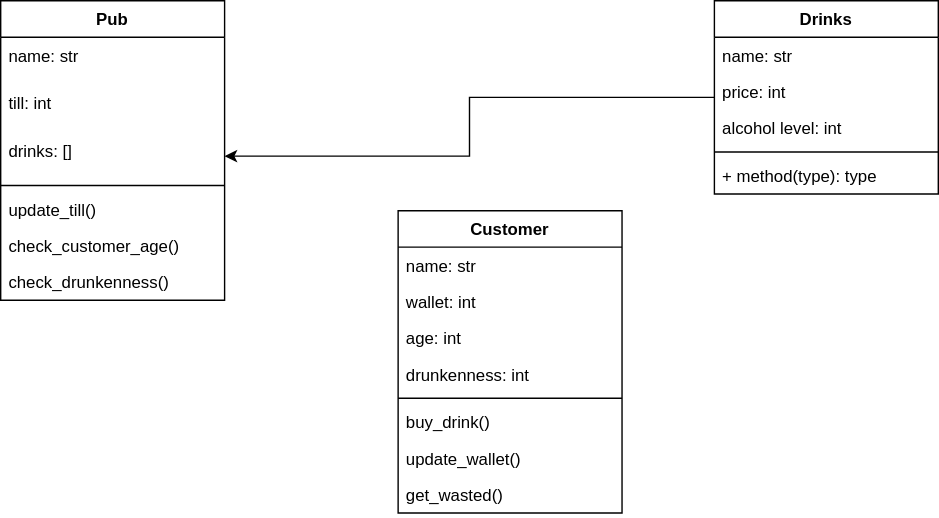
The draw.io diagram Class_diagrams.svg in ecoBela/pub_lab_wk2_day3, before a commit. Source tidied: cells renumbered, new cells last; positions are measured from the earlier drawing's top-left corner, leaving out a move shared by most shapes.
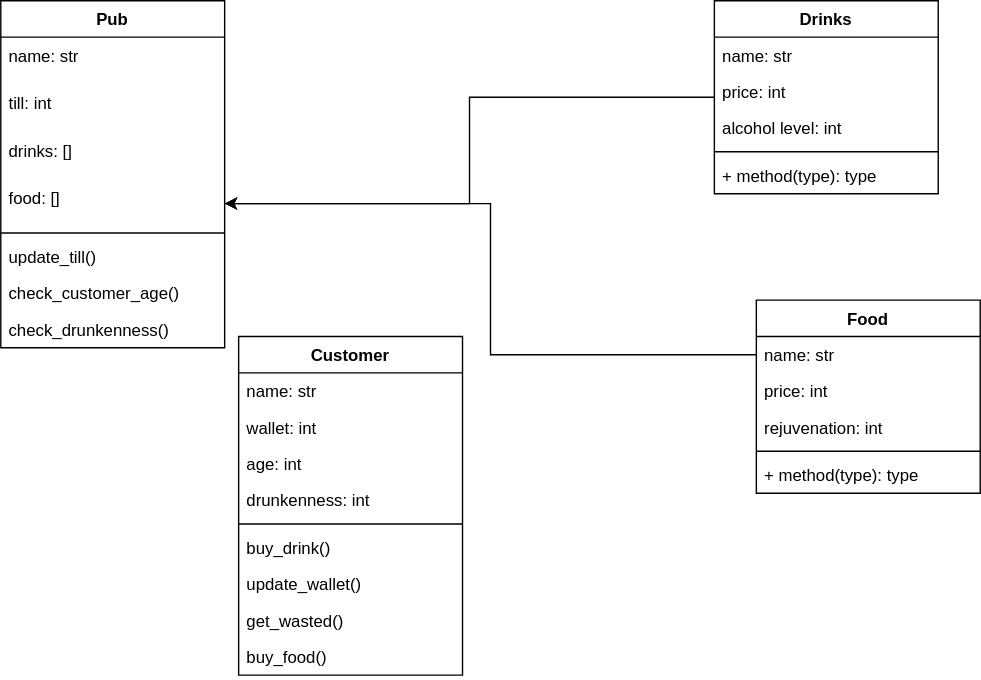
Later version of the same file.

The edit, as a diff of the source:
```diff
@@ -3,7 +3,7 @@
     <mxCell id="0" />
     <mxCell id="1" parent="0" />
     <mxCell id="2" value="Pub" style="swimlane;fontStyle=1;align=center;verticalAlign=top;horizontal=1;startSize=26;" parent="1" vertex="1">
-      <mxGeometry width="160" height="214" as="geometry" />
+      <mxGeometry width="160" height="248" as="geometry" />
     </mxCell>
     <mxCell id="3" value="name: str&#10;" style="text;strokeColor=none;fillColor=none;align=left;verticalAlign=top;spacingLeft=4;spacingRight=4;overflow=hidden;" parent="2" vertex="1">
       <mxGeometry y="26" width="160" height="34" as="geometry" />
@@ -11,20 +11,23 @@
     <mxCell id="4" value="till: int" style="text;strokeColor=none;fillColor=none;align=left;verticalAlign=top;spacingLeft=4;spacingRight=4;overflow=hidden;" parent="2" vertex="1">
       <mxGeometry y="60" width="160" height="34" as="geometry" />
     </mxCell>
+    <mxCell id="26" value="drinks: []" style="text;strokeColor=none;fillColor=none;align=left;verticalAlign=top;spacingLeft=4;spacingRight=4;overflow=hidden;" parent="2" vertex="1">
+      <mxGeometry y="94" width="160" height="34" as="geometry" />
+    </mxCell>
-    <mxCell id="5" value="drinks: []" style="text;strokeColor=none;fillColor=none;align=left;verticalAlign=top;spacingLeft=4;spacingRight=4;overflow=hidden;points=[[0,0.5],[1,0.5]];portConstraint=eastwest;" parent="2" vertex="1">
-      <mxGeometry y="94" width="160" height="34" as="geometry" />
+    <mxCell id="5" value="food: []" style="text;strokeColor=none;fillColor=none;align=left;verticalAlign=top;spacingLeft=4;spacingRight=4;overflow=hidden;points=[[0,0.5],[1,0.5]];portConstraint=eastwest;" parent="2" vertex="1">
+      <mxGeometry y="128" width="160" height="34" as="geometry" />
     </mxCell>
     <mxCell id="6" style="line;strokeWidth=1;fillColor=none;align=left;verticalAlign=middle;spacingTop=-1;spacingLeft=3;spacingRight=3;labelPosition=right;" parent="2" vertex="1">
-      <mxGeometry y="128" width="160" height="8" as="geometry" />
+      <mxGeometry y="162" width="160" height="8" as="geometry" />
     </mxCell>
     <mxCell id="7" value="update_till()" style="text;strokeColor=none;fillColor=none;align=left;verticalAlign=top;spacingLeft=4;spacingRight=4;overflow=hidden;" parent="2" vertex="1">
-      <mxGeometry y="136" width="160" height="26" as="geometry" />
+      <mxGeometry y="170" width="160" height="26" as="geometry" />
     </mxCell>
     <mxCell id="8" value="check_customer_age()" style="text;strokeColor=none;fillColor=none;align=left;verticalAlign=top;spacingLeft=4;spacingRight=4;overflow=hidden;" parent="2" vertex="1">
-      <mxGeometry y="162" width="160" height="26" as="geometry" />
+      <mxGeometry y="196" width="160" height="26" as="geometry" />
     </mxCell>
     <mxCell id="9" value="check_drunkenness()" style="text;strokeColor=none;fillColor=none;align=left;verticalAlign=top;spacingLeft=4;spacingRight=4;overflow=hidden;" parent="2" vertex="1">
-      <mxGeometry y="188" width="160" height="26" as="geometry" />
+      <mxGeometry y="222" width="160" height="26" as="geometry" />
     </mxCell>
     <mxCell id="10" style="edgeStyle=orthogonalEdgeStyle;rounded=0;jettySize=auto;html=1;" parent="1" edge="1" source="11" target="5">
       <mxGeometry relative="1" as="geometry" />
@@ -48,7 +51,7 @@
       <mxGeometry y="112" width="160" height="26" as="geometry" />
     </mxCell>
     <mxCell id="17" value="Customer" style="swimlane;fontStyle=1;align=center;verticalAlign=top;horizontal=1;startSize=26;" parent="1" vertex="1">
-      <mxGeometry x="284" y="150" width="160" height="216" as="geometry" />
+      <mxGeometry x="170" y="240" width="160" height="242" as="geometry" />
     </mxCell>
     <mxCell id="18" value="name: str" style="text;strokeColor=none;fillColor=none;align=left;verticalAlign=top;spacingLeft=4;spacingRight=4;overflow=hidden;" parent="17" vertex="1">
       <mxGeometry y="26" width="160" height="26" as="geometry" />
@@ -74,5 +77,29 @@
     <mxCell id="25" value="get_wasted()" style="text;strokeColor=none;fillColor=none;align=left;verticalAlign=top;spacingLeft=4;spacingRight=4;overflow=hidden;" parent="17" vertex="1">
       <mxGeometry y="190" width="160" height="26" as="geometry" />
     </mxCell>
+    <mxCell id="27" value="buy_food()" style="text;strokeColor=none;fillColor=none;align=left;verticalAlign=top;spacingLeft=4;spacingRight=4;overflow=hidden;" parent="17" vertex="1">
+      <mxGeometry y="216" width="160" height="26" as="geometry" />
+    </mxCell>
+    <mxCell id="28" value="Food" style="swimlane;fontStyle=1;align=center;verticalAlign=top;horizontal=1;startSize=26;" parent="1" vertex="1">
+      <mxGeometry x="540" y="214" width="160" height="138" as="geometry" />
+    </mxCell>
+    <mxCell id="29" value="name: str" style="text;strokeColor=none;fillColor=none;align=left;verticalAlign=top;spacingLeft=4;spacingRight=4;overflow=hidden;points=[[0,0.5],[1,0.5]];portConstraint=eastwest;" parent="28" vertex="1">
+      <mxGeometry y="26" width="160" height="26" as="geometry" />
+    </mxCell>
+    <mxCell id="30" value="price: int" style="text;strokeColor=none;fillColor=none;align=left;verticalAlign=top;spacingLeft=4;spacingRight=4;overflow=hidden;" parent="28" vertex="1">
+      <mxGeometry y="52" width="160" height="26" as="geometry" />
+    </mxCell>
+    <mxCell id="31" value="rejuvenation: int" style="text;strokeColor=none;fillColor=none;align=left;verticalAlign=top;spacingLeft=4;spacingRight=4;overflow=hidden;" parent="28" vertex="1">
+      <mxGeometry y="78" width="160" height="26" as="geometry" />
+    </mxCell>
+    <mxCell id="32" style="line;strokeWidth=1;fillColor=none;align=left;verticalAlign=middle;spacingTop=-1;spacingLeft=3;spacingRight=3;labelPosition=right;" parent="28" vertex="1">
+      <mxGeometry y="104" width="160" height="8" as="geometry" />
+    </mxCell>
+    <mxCell id="33" value="+ method(type): type" style="text;strokeColor=none;fillColor=none;align=left;verticalAlign=top;spacingLeft=4;spacingRight=4;overflow=hidden;" parent="28" vertex="1">
+      <mxGeometry y="112" width="160" height="26" as="geometry" />
+    </mxCell>
+    <mxCell id="34" style="edgeStyle=orthogonalEdgeStyle;rounded=0;jettySize=auto;html=1;" parent="1" edge="1" source="29" target="5">
+      <mxGeometry relative="1" as="geometry" />
+    </mxCell>
   </root>
 </mxGraphModel>
```
